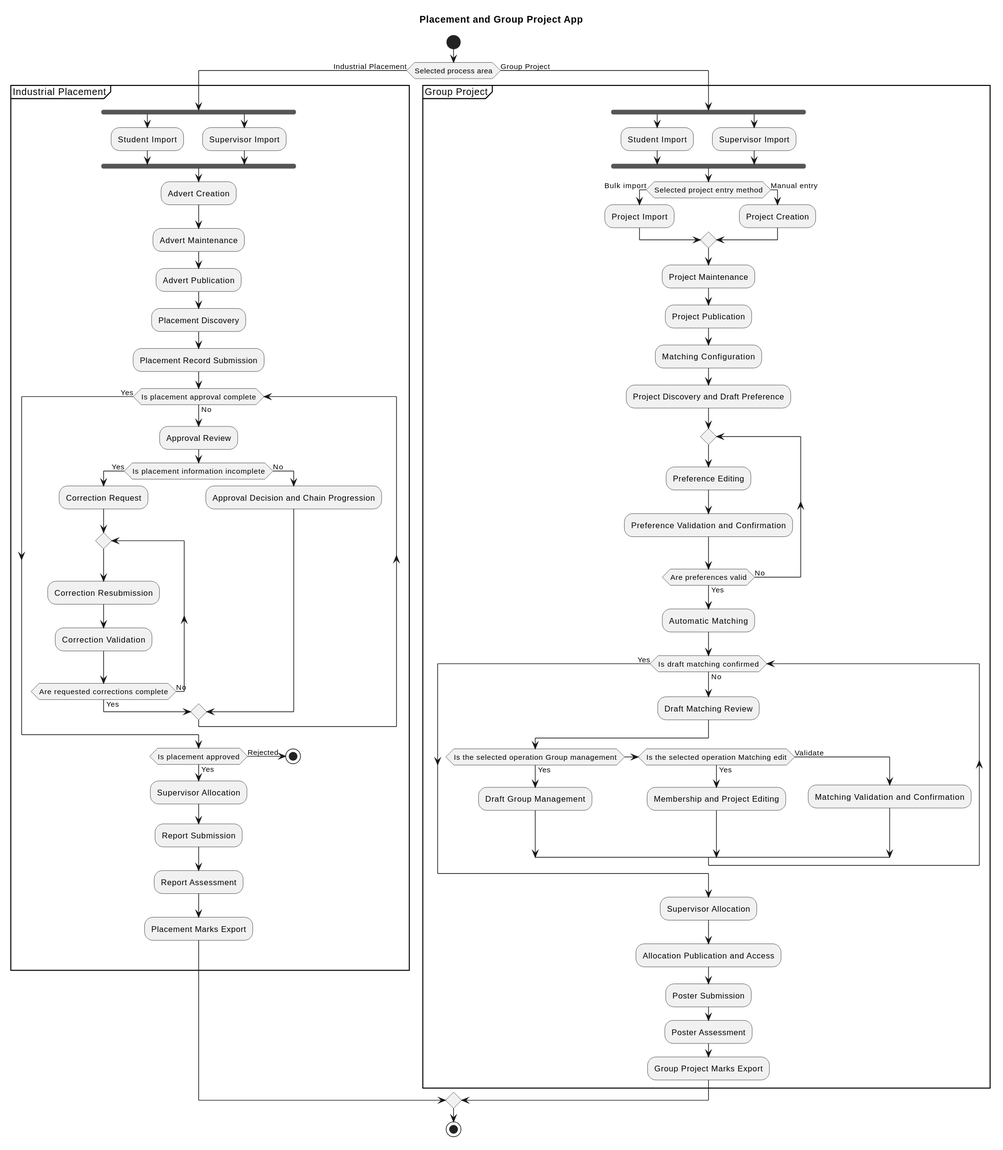
Before: industrial-placement-group-project/diagrams/overview.svg, a diagram exported from PlantUML (sdflkjssl/sdflkjssl.github.io).
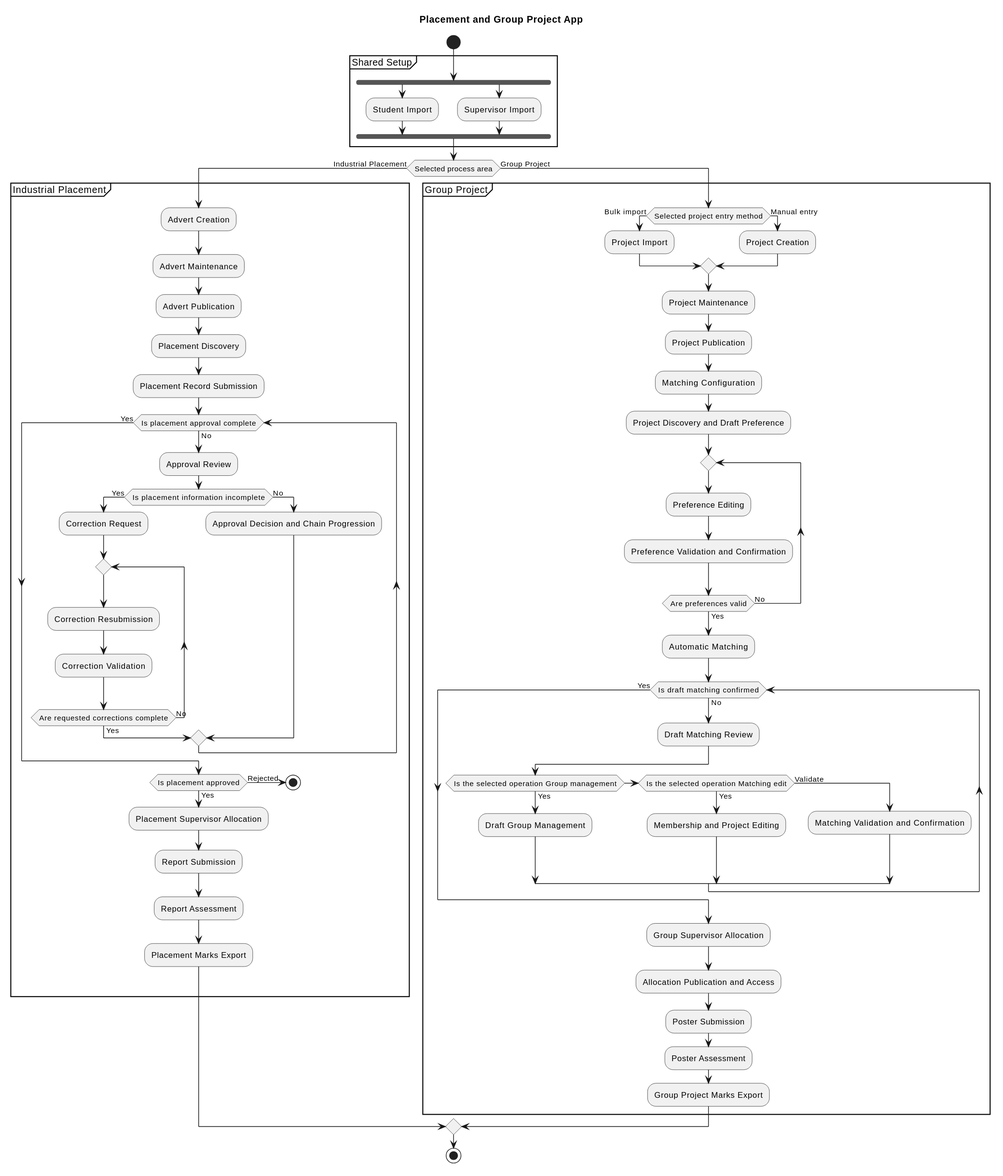
After the commit.

Commit message:
Consolidate shared data imports

The edit, as a diff of the source:
```diff
@@ -5,13 +5,15 @@
 skinparam shadowing false
 
 start
+partition "Shared Setup" {
+  fork
+    :Student Import;
+  fork again
+    :Supervisor Import;
+  end fork
+}
 if (Selected process area) then (Industrial Placement)
   partition "Industrial Placement" {
-    fork
-      :Student Import;
-    fork again
-      :Supervisor Import;
-    end fork
     :Advert Creation;
     :Advert Maintenance;
     :Advert Publication;
@@ -32,7 +34,7 @@
     endwhile (Yes)
 
     if (Is placement approved) then (Yes)
-      :Supervisor Allocation;
+      :Placement Supervisor Allocation;
       :Report Submission;
       :Report Assessment;
       :Placement Marks Export;
@@ -42,11 +44,6 @@
   }
 else (Group Project)
   partition "Group Project" {
-    fork
-      :Student Import;
-    fork again
-      :Supervisor Import;
-    end fork
     if (Selected project entry method) then (Bulk import)
       :Project Import;
     else (Manual entry)
@@ -75,7 +72,7 @@
       endif
     endwhile (Yes)
 
-    :Supervisor Allocation;
+    :Group Supervisor Allocation;
     :Allocation Publication and Access;
     :Poster Submission;
     :Poster Assessment;
```
